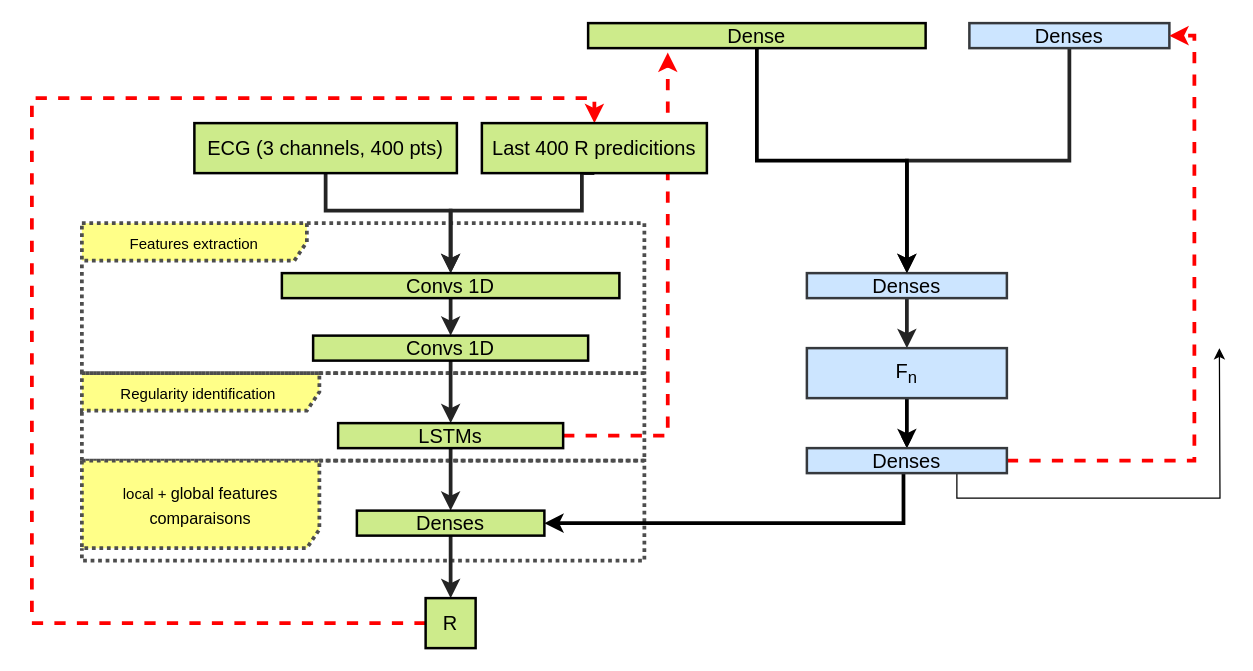
Above: page "V-3_training_model" (4 of 4) of Model.drawio in melpiro/Chess (draw.io), before the change. Source tidied: cells renumbered, new cells numbered last; positions are measured from the earlier drawing's top-left corner, leaving out a move shared by most shapes. Both pictures are drawn from the tidied source at 125%, with x=0, y=0 at pixel (31, 22).
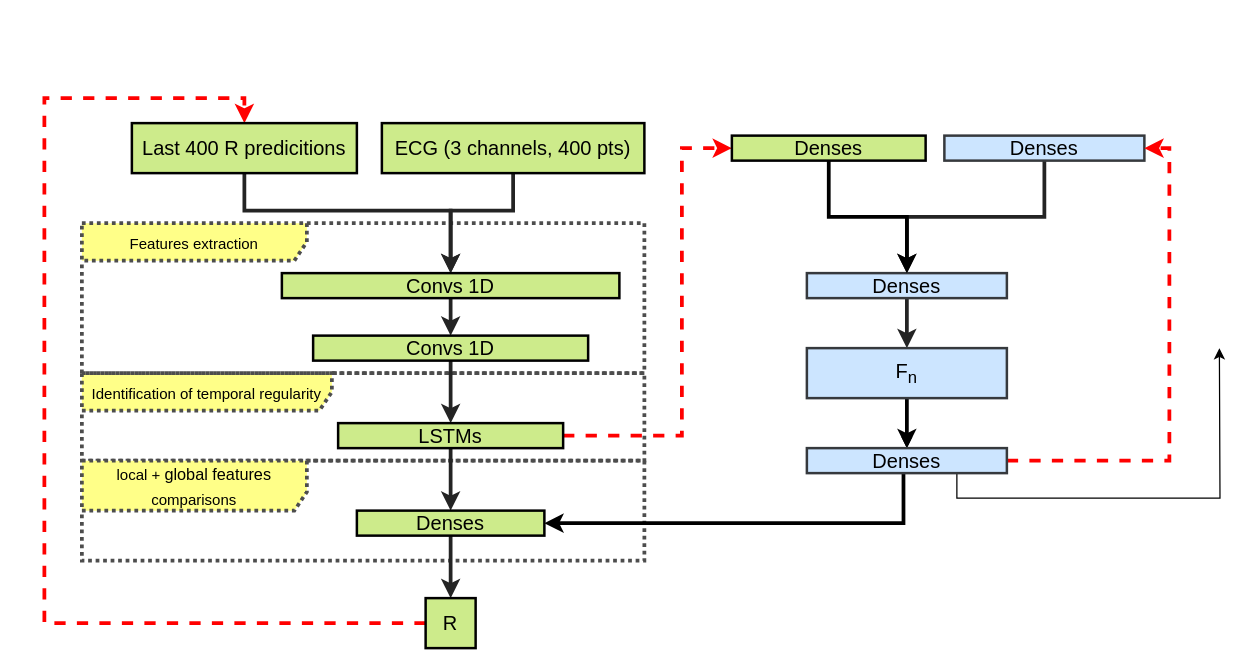
Above is the later version.

The change refers to these unchanged cells:
```xml
<mxCell id="9" value="Convs 1D" style="rounded=0;whiteSpace=wrap;html=1;fillColor=#cdeb8b;strokeColor=#000000;fontColor=#000000;fontSize=16;strokeWidth=2;" parent="1" vertex="1">
  <mxGeometry x="200" y="200" width="270" height="20" as="geometry" />
</mxCell>
<mxCell id="21" value="LSTMs" style="rounded=0;whiteSpace=wrap;html=1;fillColor=#cdeb8b;strokeColor=#000000;fontColor=#000000;fontSize=16;strokeWidth=2;" parent="1" vertex="1">
  <mxGeometry x="245" y="320" width="180" height="20" as="geometry" />
</mxCell>
<mxCell id="25" value="R" style="rounded=0;whiteSpace=wrap;html=1;fillColor=#cdeb8b;strokeColor=#000000;fontColor=#000000;fontSize=16;strokeWidth=2;" parent="1" vertex="1">
  <mxGeometry x="315" y="460" width="40" height="40" as="geometry" />
</mxCell>
```

Change to the diagram source:
```diff
@@
-    <mxCell id="2" value="&lt;font style=&quot;font-size: 12px&quot;&gt;Regularity identification&amp;nbsp;&lt;/font&gt;" style="shape=umlFrame;whiteSpace=wrap;html=1;fontSize=16;strokeWidth=3;fillColor=#ffff88;fontColor=#000000;strokeColor=#4D4D4D;dashed=1;width=190;height=30;dashPattern=1 1;" parent="1" vertex="1">
+    <mxCell id="2" value="&lt;font style=&quot;font-size: 12px&quot;&gt;Identification of temporal regularity&lt;/font&gt;" style="shape=umlFrame;whiteSpace=wrap;html=1;fontSize=16;strokeWidth=3;fillColor=#ffff88;fontColor=#000000;strokeColor=#4D4D4D;dashed=1;width=200;height=30;dashPattern=1 1;" parent="1" vertex="1">
       <mxGeometry x="40" y="280" width="450" height="70" as="geometry" />
     </mxCell>
-    <mxCell id="3" value="&lt;span style=&quot;font-size: 12px&quot;&gt;local&amp;nbsp;+&amp;nbsp;&lt;/span&gt;&lt;span style=&quot;font-size: 13px&quot;&gt;global features &lt;br&gt;comparaisons&lt;/span&gt;&lt;span style=&quot;font-size: 12px&quot;&gt;&lt;br&gt;&lt;/span&gt;" style="shape=umlFrame;whiteSpace=wrap;html=1;fontSize=16;strokeWidth=3;fillColor=#ffff88;fontColor=#000000;dashed=1;width=190;height=70;dashPattern=1 1;strokeColor=#4D4D4D;" parent="1" vertex="1">
+    <mxCell id="3" value="&lt;span style=&quot;font-size: 12px&quot;&gt;local&amp;nbsp;+&amp;nbsp;&lt;/span&gt;&lt;span style=&quot;font-size: 13px&quot;&gt;global features &lt;br&gt;&lt;/span&gt;&lt;span style=&quot;font-size: 12px&quot;&gt;comparisons&lt;/span&gt;&lt;span style=&quot;font-size: 12px&quot;&gt;&lt;br&gt;&lt;/span&gt;" style="shape=umlFrame;whiteSpace=wrap;html=1;fontSize=16;strokeWidth=3;fillColor=#ffff88;fontColor=#000000;dashed=1;width=180;height=40;dashPattern=1 1;strokeColor=#4D4D4D;" parent="1" vertex="1">
       <mxGeometry x="40" y="350" width="450" height="80" as="geometry" />
     </mxCell>
@@
     <mxCell id="5" style="edgeStyle=orthogonalEdgeStyle;rounded=0;jettySize=auto;html=1;exitX=0.5;exitY=1;exitDx=0;exitDy=0;strokeColor=#242424;strokeWidth=3;entryX=0.5;entryY=0;entryDx=0;entryDy=0;" parent="1" edge="1" source="6" target="9">
       <mxGeometry relative="1" as="geometry">
         <Array as="points">
-          <mxPoint x="235" y="150" />
+          <mxPoint x="385" y="150" />
           <mxPoint x="335" y="150" />
         </Array>
       </mxGeometry>
     </mxCell>
     <mxCell id="6" value="ECG (3 channels, 400 pts)" style="rounded=0;whiteSpace=wrap;html=1;fillColor=#cdeb8b;strokeColor=#000000;fontColor=#000000;fontSize=16;strokeWidth=2;" parent="1" vertex="1">
-      <mxGeometry x="130" y="80" width="210" height="40" as="geometry" />
+      <mxGeometry x="280" y="80" width="210" height="40" as="geometry" />
     </mxCell>
     <mxCell id="7" style="edgeStyle=orthogonalEdgeStyle;rounded=0;jettySize=auto;html=1;exitX=0.5;exitY=1;exitDx=0;exitDy=0;strokeColor=#242424;strokeWidth=3;entryX=0.5;entryY=0;entryDx=0;entryDy=0;" parent="1" edge="1" source="32" target="9">
       <mxGeometry relative="1" as="geometry">
         <Array as="points">
-          <mxPoint x="440" y="150" />
+          <mxPoint x="170" y="150" />
           <mxPoint x="335" y="150" />
         </Array>
       </mxGeometry>
     </mxCell>
@@
     <mxCell id="13" value="&lt;font color=&quot;#000000&quot;&gt;Denses&lt;/font&gt;" style="rounded=0;whiteSpace=wrap;html=1;fillColor=#cce5ff;strokeColor=#36393d;fontSize=16;strokeWidth=2;" parent="1" vertex="1">
-      <mxGeometry x="750" width="160" height="20" as="geometry" />
+      <mxGeometry x="730" y="90" width="160" height="20" as="geometry" />
     </mxCell>
@@
-    <mxCell id="19" style="edgeStyle=orthogonalEdgeStyle;rounded=0;jettySize=auto;html=1;exitX=1;exitY=0.5;exitDx=0;exitDy=0;dashed=1;fontSize=16;fontColor=#000000;strokeColor=#FF0000;strokeWidth=3;entryX=0.236;entryY=1.178;entryDx=0;entryDy=0;entryPerimeter=0;" parent="1" edge="1" source="21" target="27">
-      <mxGeometry relative="1" as="geometry" />
+    <mxCell id="19" style="edgeStyle=orthogonalEdgeStyle;rounded=0;jettySize=auto;html=1;exitX=1;exitY=0.5;exitDx=0;exitDy=0;dashed=1;fontSize=16;fontColor=#000000;strokeColor=#FF0000;strokeWidth=3;entryX=0;entryY=0.5;entryDx=0;entryDy=0;" parent="1" edge="1" source="21" target="27">
+      <mxGeometry relative="1" as="geometry">
+        <Array as="points">
+          <mxPoint x="520" y="330" />
+          <mxPoint x="520" y="100" />
+        </Array>
+      </mxGeometry>
     </mxCell>
@@
     <mxCell id="24" style="edgeStyle=orthogonalEdgeStyle;rounded=0;jettySize=auto;html=1;exitX=0;exitY=0.5;exitDx=0;exitDy=0;entryX=0.5;entryY=0;entryDx=0;entryDy=0;dashed=1;fontSize=16;fontColor=#000000;strokeWidth=3;strokeColor=#FF0000;" parent="1" edge="1" source="25" target="32">
       <mxGeometry relative="1" as="geometry">
         <Array as="points">
-          <mxPoint y="480" />
-          <mxPoint y="60" />
-          <mxPoint x="450" y="60" />
+          <mxPoint x="10" y="480" />
+          <mxPoint x="10" y="60" />
+          <mxPoint x="170" y="60" />
         </Array>
       </mxGeometry>
     </mxCell>
@@
-    <mxCell id="27" value="Dense" style="rounded=0;whiteSpace=wrap;html=1;fillColor=#cdeb8b;strokeColor=#000000;fontColor=#000000;fontSize=16;strokeWidth=2;" parent="1" vertex="1">
-      <mxGeometry x="445" width="270" height="20" as="geometry" />
+    <mxCell id="27" value="Denses" style="rounded=0;whiteSpace=wrap;html=1;fillColor=#cdeb8b;strokeColor=#000000;fontColor=#000000;fontSize=16;strokeWidth=2;" parent="1" vertex="1">
+      <mxGeometry x="560" y="90" width="155" height="20" as="geometry" />
     </mxCell>
@@
     <mxCell id="32" value="Last 400 R predicitions" style="rounded=0;whiteSpace=wrap;html=1;fillColor=#cdeb8b;fontSize=16;fontColor=#000000;strokeColor=#000000;strokeWidth=2;" parent="1" vertex="1">
-      <mxGeometry x="360" y="80" width="180" height="40" as="geometry" />
+      <mxGeometry x="80" y="80" width="180" height="40" as="geometry" />
     </mxCell>
```
